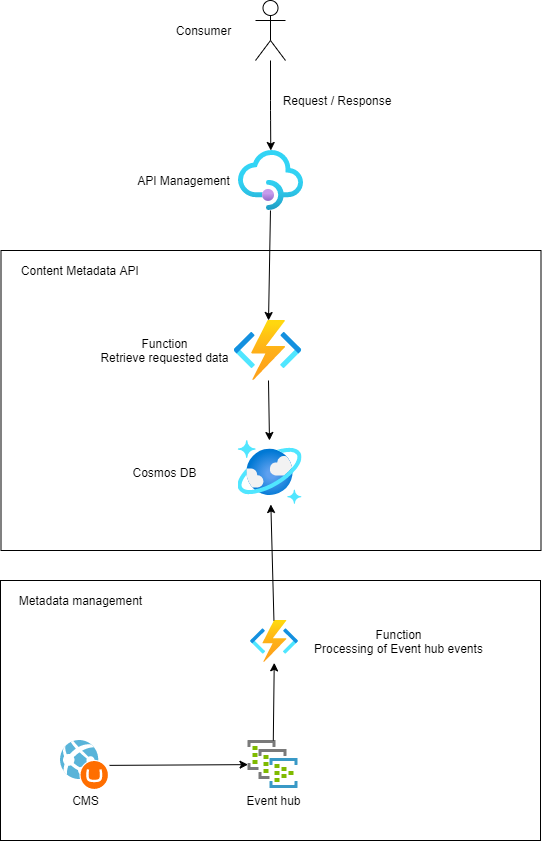
Before: src/img/Architecture.png, a diagram exported from draw.io (mkyukov/content-metadata-api). Source tidied: cells renumbered, new cells last; positions are measured from the earlier drawing's top-left corner, leaving out a move shared by most shapes. The source it was exported from:
```xml
<mxGraphModel background="#FFFFFF">
  <root>
    <mxCell id="0" />
    <mxCell id="1" parent="0" />
    <mxCell id="2" style="rounded=0;whiteSpace=wrap;html=1;" parent="1" vertex="1">
      <mxGeometry y="580" width="540" height="260" as="geometry" />
    </mxCell>
    <mxCell id="3" style="rounded=0;whiteSpace=wrap;html=1;" parent="1" vertex="1">
      <mxGeometry x="0.5" y="250" width="540" height="300" as="geometry" />
    </mxCell>
    <mxCell id="4" style="endArrow=classic;html=1;" parent="1" edge="1" source="27" target="33">
      <mxGeometry relative="1" as="geometry" />
    </mxCell>
    <mxCell id="5" style="endArrow=classic;html=1;" parent="1" edge="1" source="33" target="30">
      <mxGeometry relative="1" as="geometry" />
    </mxCell>
    <mxCell id="6" style="shape=umlActor;verticalLabelPosition=bottom;verticalAlign=top;html=1;outlineConnect=0;" parent="1" vertex="1">
      <mxGeometry x="255" width="30" height="60" as="geometry" />
    </mxCell>
    <mxCell id="7" style="endArrow=classic;html=1;" parent="1" edge="1" source="6" target="27">
      <mxGeometry relative="1" as="geometry">
        <Array as="points">
          <mxPoint x="270" y="110" />
        </Array>
      </mxGeometry>
    </mxCell>
    <mxCell id="8" value="Request / Response" style="text;html=1;strokeColor=none;fillColor=none;align=center;verticalAlign=middle;whiteSpace=wrap;rounded=0;" parent="1" vertex="1">
      <mxGeometry x="277" y="90" width="120" height="20" as="geometry" />
    </mxCell>
    <mxCell id="9" value="Content Metadata API&amp;nbsp;" style="text;html=1;align=center;verticalAlign=middle;strokeColor=none;" parent="1" vertex="1">
      <mxGeometry x="10.5" y="260" width="140" height="20" as="geometry" />
    </mxCell>
    <mxCell id="10" value="Consumer" style="text;html=1;align=center;verticalAlign=middle;strokeColor=none;" parent="1" vertex="1">
      <mxGeometry x="167.5" y="20" width="70" height="20" as="geometry" />
    </mxCell>
    <mxCell id="11" style="group;" parent="1" vertex="1">
      <mxGeometry x="237.5" y="740" width="70" height="70" as="geometry" />
    </mxCell>
    <mxCell id="12" style="group;" parent="11" vertex="1">
      <mxGeometry width="70" height="70" as="geometry" />
    </mxCell>
    <mxCell id="13" value="Event hub" style="text;html=1;align=center;verticalAlign=middle;strokeColor=none;" parent="12" vertex="1">
      <mxGeometry y="50" width="70" height="20" as="geometry" />
    </mxCell>
    <mxCell id="14" style="html=1;points=[];align=center;image;fontSize=12;image=img/lib/mscae/Dedicated_Event_Hub.svg;" parent="12" vertex="1">
      <mxGeometry x="10" width="50" height="48" as="geometry" />
    </mxCell>
    <mxCell id="15" style="group;" parent="1" vertex="1">
      <mxGeometry x="60" y="740" width="49" height="70" as="geometry" />
    </mxCell>
    <mxCell id="16" style="group;" parent="15" vertex="1">
      <mxGeometry width="49" height="70" as="geometry" />
    </mxCell>
    <mxCell id="17" value="CMS" style="text;html=1;align=center;verticalAlign=middle;strokeColor=none;" parent="16" vertex="1">
      <mxGeometry x="4.5" y="50" width="40" height="20" as="geometry" />
    </mxCell>
    <mxCell id="18" style="html=1;points=[];align=center;image;fontSize=12;image=img/lib/mscae/WebAppUmbraco.svg;" parent="15" vertex="1">
      <mxGeometry width="49" height="50" as="geometry" />
    </mxCell>
    <mxCell id="19" style="endArrow=classic;html=1;" parent="1" edge="1" source="18" target="14">
      <mxGeometry relative="1" as="geometry" />
    </mxCell>
    <mxCell id="20" style="group;" parent="1" vertex="1">
      <mxGeometry x="250" y="620" width="237.5" height="42.4" as="geometry" />
    </mxCell>
    <mxCell id="21" value="Function&lt;br&gt;Processing of Event hub events" style="text;html=1;align=center;verticalAlign=middle;strokeColor=none;" parent="20" vertex="1">
      <mxGeometry x="57.5" y="6.2" width="180" height="30" as="geometry" />
    </mxCell>
    <mxCell id="22" style="html=1;points=[];align=center;image;fontSize=12;image=img/lib/azure2/compute/Function_Apps.svg;" parent="20" vertex="1">
      <mxGeometry width="48" height="42.4" as="geometry" />
    </mxCell>
    <mxCell id="23" style="endArrow=classic;html=1;" parent="1" edge="1" source="14" target="22">
      <mxGeometry relative="1" as="geometry" />
    </mxCell>
    <mxCell id="24" style="endArrow=classic;html=1;" parent="1" edge="1" source="22" target="30">
      <mxGeometry relative="1" as="geometry" />
    </mxCell>
    <mxCell id="25" value="Metadata management" style="text;html=1;align=center;verticalAlign=middle;strokeColor=none;" parent="1" vertex="1">
      <mxGeometry x="10" y="590" width="140" height="20" as="geometry" />
    </mxCell>
    <mxCell id="26" style="group;" parent="1" vertex="1">
      <mxGeometry x="127.5" y="150" width="175.5" height="60" as="geometry" />
    </mxCell>
    <mxCell id="27" style="html=1;points=[];align=center;image;fontSize=12;image=img/lib/azure2/integration/API_Management_Services.svg;" parent="26" vertex="1">
      <mxGeometry x="110.5" width="65" height="60" as="geometry" />
    </mxCell>
    <mxCell id="28" value="API Management&lt;br&gt;" style="text;html=1;align=center;verticalAlign=middle;strokeColor=none;" parent="26" vertex="1">
      <mxGeometry y="20" width="110" height="20" as="geometry" />
    </mxCell>
    <mxCell id="29" style="group;" parent="1" vertex="1">
      <mxGeometry x="123.5" y="440" width="178" height="64" as="geometry" />
    </mxCell>
    <mxCell id="30" style="html=1;points=[];align=center;image;fontSize=12;image=img/lib/azure2/databases/Azure_Cosmos_DB.svg;" parent="29" vertex="1">
      <mxGeometry x="114" width="64" height="64" as="geometry" />
    </mxCell>
    <mxCell id="31" value="Cosmos DB" style="text;html=1;align=center;verticalAlign=middle;strokeColor=none;" parent="29" vertex="1">
      <mxGeometry y="22" width="80" height="20" as="geometry" />
    </mxCell>
    <mxCell id="32" style="group;" parent="1" vertex="1">
      <mxGeometry x="93.5" y="320" width="208" height="60" as="geometry" />
    </mxCell>
    <mxCell id="33" style="html=1;points=[];align=center;image;fontSize=12;image=img/lib/azure2/compute/Function_Apps.svg;" parent="32" vertex="1">
      <mxGeometry x="140" width="68" height="60" as="geometry" />
    </mxCell>
    <mxCell id="34" value="Function&lt;br&gt;Retrieve requested data" style="text;html=1;align=center;verticalAlign=middle;strokeColor=none;" parent="32" vertex="1">
      <mxGeometry y="15" width="140" height="30" as="geometry" />
    </mxCell>
  </root>
</mxGraphModel>
```
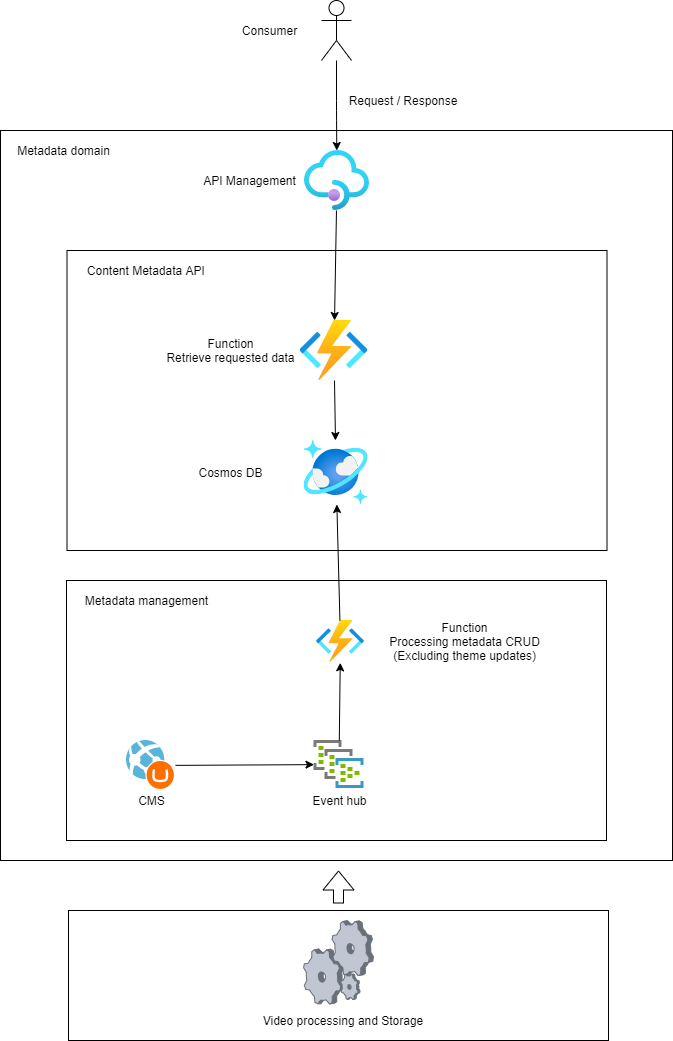
After the change.

Commit message:
Better diagram

What changed in the source:
```diff
@@ -2,6 +2,9 @@
   <root>
     <mxCell id="0" />
     <mxCell id="1" parent="0" />
+    <mxCell id="35" style="rounded=0;whiteSpace=wrap;html=1;" parent="1" vertex="1">
+      <mxGeometry x="-66" y="130" width="672" height="730" as="geometry" />
+    </mxCell>
     <mxCell id="2" style="rounded=0;whiteSpace=wrap;html=1;" parent="1" vertex="1">
       <mxGeometry y="580" width="540" height="260" as="geometry" />
     </mxCell>
@@ -61,10 +64,10 @@
       <mxGeometry relative="1" as="geometry" />
     </mxCell>
     <mxCell id="20" style="group;" parent="1" vertex="1">
-      <mxGeometry x="250" y="620" width="237.5" height="42.4" as="geometry" />
+      <mxGeometry x="250" y="620" width="237.5" height="46.2" as="geometry" />
     </mxCell>
-    <mxCell id="21" value="Function&lt;br&gt;Processing of Event hub events" style="text;html=1;align=center;verticalAlign=middle;strokeColor=none;" parent="20" vertex="1">
-      <mxGeometry x="57.5" y="6.2" width="180" height="30" as="geometry" />
+    <mxCell id="21" value="Function&lt;br&gt;Processing metadata CRUD&lt;br&gt;(Excluding theme updates)" style="text;html=1;align=center;verticalAlign=middle;strokeColor=none;" parent="20" vertex="1">
+      <mxGeometry x="62.5" y="-3.8" width="170" height="50" as="geometry" />
     </mxCell>
     <mxCell id="22" style="html=1;points=[];align=center;image;fontSize=12;image=img/lib/azure2/compute/Function_Apps.svg;" parent="20" vertex="1">
       <mxGeometry width="48" height="42.4" as="geometry" />
@@ -105,5 +108,26 @@
     <mxCell id="34" value="Function&lt;br&gt;Retrieve requested data" style="text;html=1;align=center;verticalAlign=middle;strokeColor=none;" parent="32" vertex="1">
       <mxGeometry y="15" width="140" height="30" as="geometry" />
     </mxCell>
+    <mxCell id="36" style="group;" parent="1" vertex="1">
+      <mxGeometry x="2" y="910" width="540" height="130" as="geometry" />
+    </mxCell>
+    <mxCell id="37" style="rounded=0;whiteSpace=wrap;html=1;" parent="36" vertex="1">
+      <mxGeometry width="540" height="130" as="geometry" />
+    </mxCell>
+    <mxCell id="38" value="Video processing and Storage" style="text;html=1;strokeColor=none;fillColor=none;align=center;verticalAlign=middle;whiteSpace=wrap;rounded=0;" parent="36" vertex="1">
+      <mxGeometry x="175" y="100" width="200" height="20" as="geometry" />
+    </mxCell>
+    <mxCell id="39" style="verticalLabelPosition=bottom;html=1;verticalAlign=top;strokeColor=none;align=center;shape=mxgraph.citrix.process;" parent="36" vertex="1">
+      <mxGeometry x="235" y="10" width="70" height="83.5" as="geometry" />
+    </mxCell>
+    <mxCell id="40" style="shape=flexArrow;endArrow=classic;html=1;" parent="1" edge="1">
+      <mxGeometry relative="1" as="geometry">
+        <mxPoint x="272" y="903" as="sourcePoint" />
+        <mxPoint x="272" y="870" as="targetPoint" />
+      </mxGeometry>
+    </mxCell>
+    <mxCell id="41" value="Metadata domain" style="text;html=1;align=center;verticalAlign=middle;strokeColor=none;" parent="1" vertex="1">
+      <mxGeometry x="-58" y="140" width="110" height="20" as="geometry" />
+    </mxCell>
   </root>
 </mxGraphModel>
```
